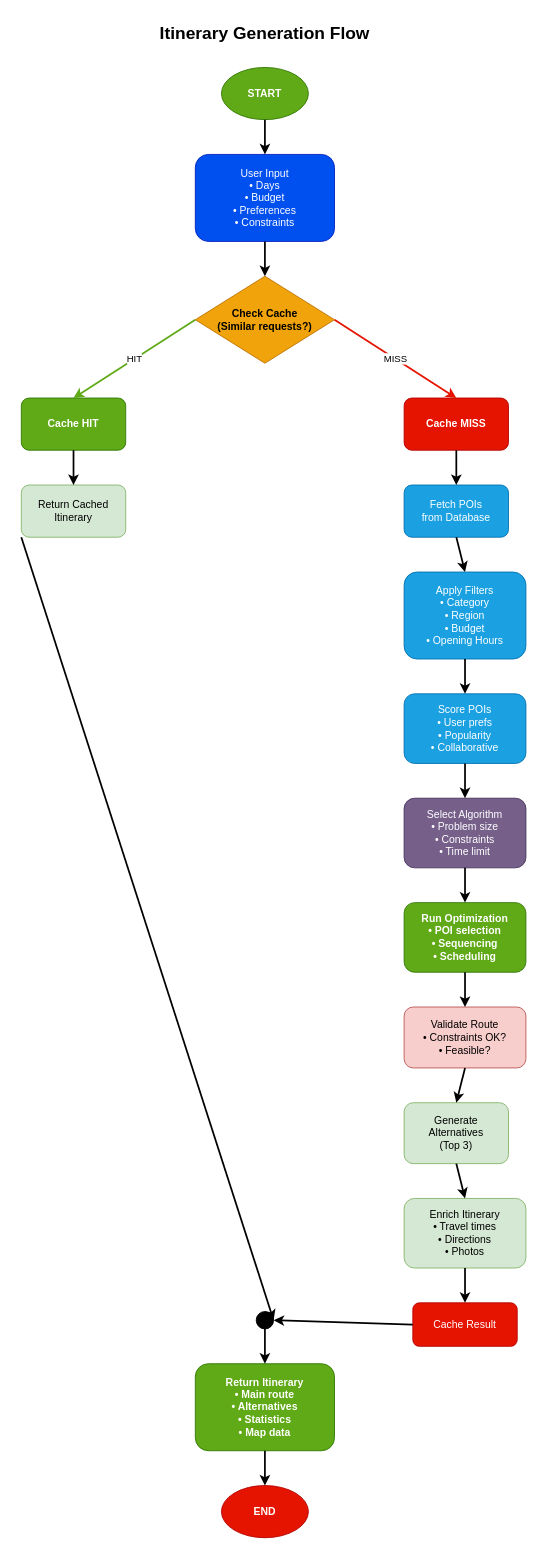
Before: diagrams/diagram_2_itinerary_generation.drawio in Maxwell-Fernandes/WanderWise-FYP, a draw.io diagram. Source tidied: cells renumbered, new cells numbered last; positions are measured from the earlier drawing's top-left corner, leaving out a move shared by most shapes. Both pictures are drawn from the tidied source at 87%, with x=0, y=0 at pixel (21, 15).
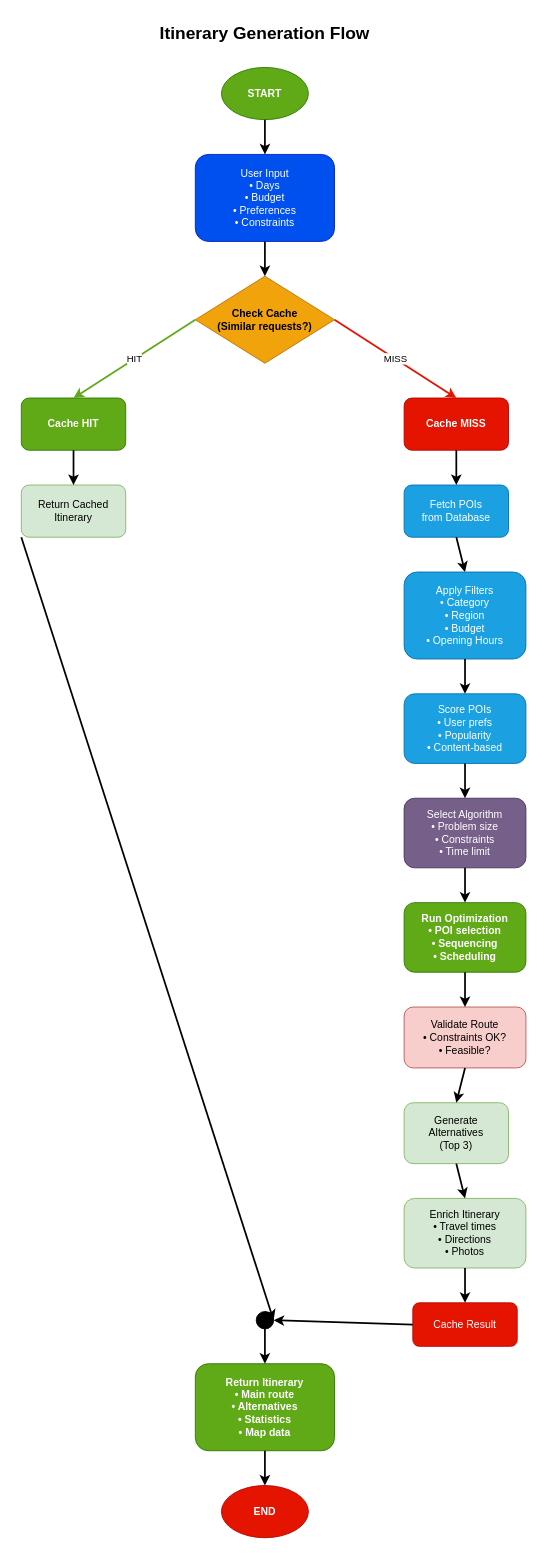
The same page after the edit.

The edit, as a diff of the source:
```diff
@@
-    <mxCell id="11" value="Score POIs&lt;br&gt;• User prefs&lt;br&gt;• Popularity&lt;br&gt;• Collaborative" style="rounded=1;whiteSpace=wrap;html=1;fillColor=#1ba1e2;strokeColor=#006EAF;fontColor=#ffffff;" parent="1" vertex="1">
+    <mxCell id="11" value="Score POIs&lt;br&gt;• User prefs&lt;br&gt;• Popularity&lt;br&gt;• Content-based" style="rounded=1;whiteSpace=wrap;html=1;fillColor=#1ba1e2;strokeColor=#006EAF;fontColor=#ffffff;" parent="1" vertex="1">
       <mxGeometry x="440" y="780" width="140" height="80" as="geometry" />
     </mxCell>
```
